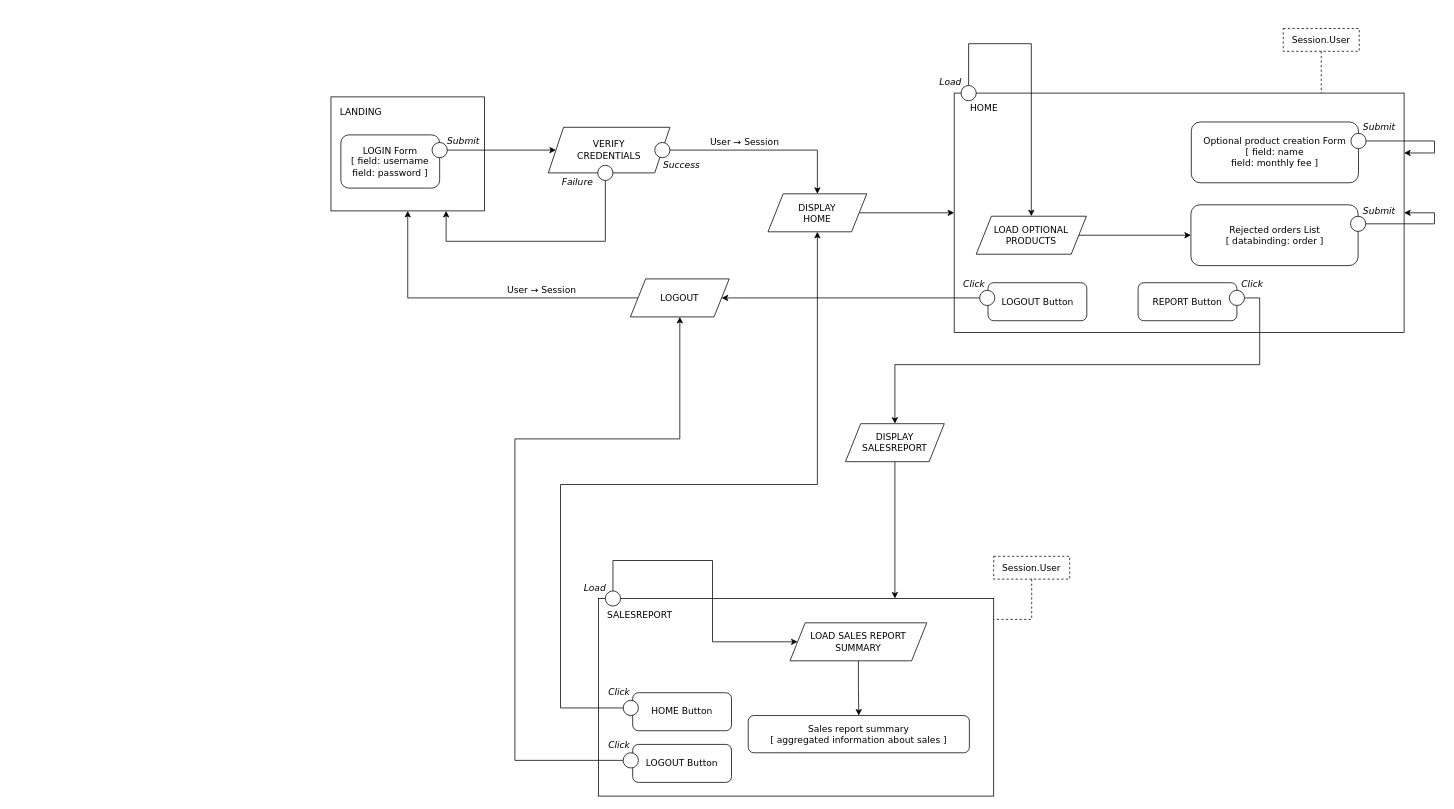
The draw.io diagram Documentation/Diagrams/IFML_diagram_employee.drawio in daviderigamonti/DB2Project-Telco, before the edit. Source tidied: cells renumbered, new cells numbered last; positions are measured from the earlier drawing's top-left corner, leaving out a move shared by most shapes. Both pictures are drawn from the tidied source at 76%, with x=0, y=0 at pixel (331, 28).
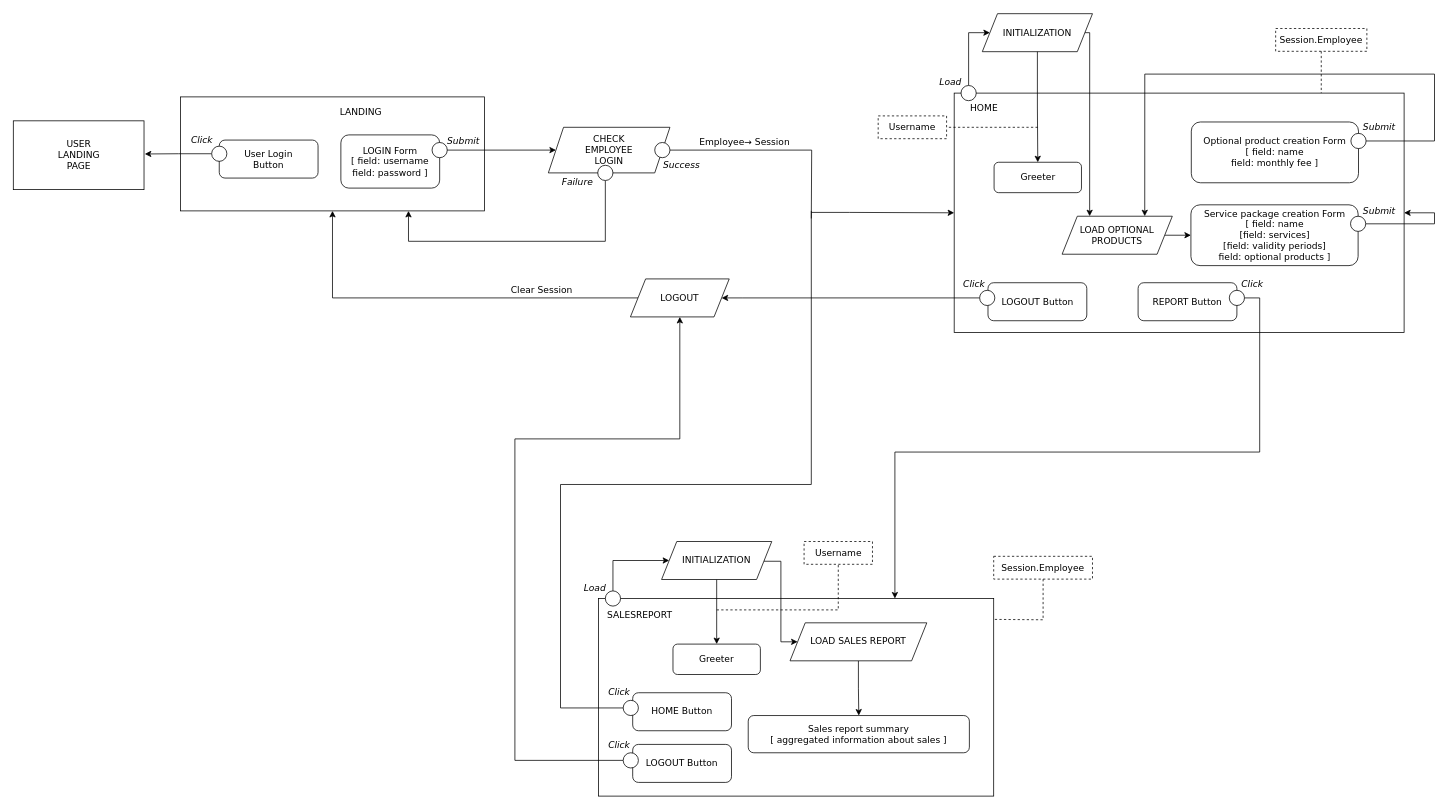
After the change.

Commit message:
Updated IFML diagram for employee

Unchanged cells that the change refers to:
```xml
<mxCell id="11" style="ellipse;whiteSpace=wrap;html=1;fontFamily=Verdana;" parent="1" vertex="1">
  <mxGeometry x="351" y="180" width="20" height="20" as="geometry" />
</mxCell>
<mxCell id="13" style="ellipse;whiteSpace=wrap;html=1;fontFamily=Verdana;" parent="1" vertex="1">
  <mxGeometry x="426" y="150" width="20" height="20" as="geometry" />
</mxCell>
<mxCell id="21" style="ellipse;whiteSpace=wrap;html=1;fontFamily=Verdana;" parent="1" vertex="1">
  <mxGeometry x="829" y="75" width="20" height="20" as="geometry" />
</mxCell>
<mxCell id="27" style="ellipse;whiteSpace=wrap;html=1;fontFamily=Verdana;" parent="1" vertex="1">
  <mxGeometry x="1182" y="344.5" width="20" height="20" as="geometry" />
</mxCell>
<mxCell id="37" style="ellipse;whiteSpace=wrap;html=1;fontFamily=Verdana;" parent="1" vertex="1">
  <mxGeometry x="1342" y="138" width="20" height="20" as="geometry" />
</mxCell>
<mxCell id="46" style="rounded=0;whiteSpace=wrap;html=1;fontFamily=Verdana;" parent="1" vertex="1">
  <mxGeometry x="352" y="750" width="520" height="260" as="geometry" />
</mxCell>
<mxCell id="51" style="ellipse;whiteSpace=wrap;html=1;fontFamily=Verdana;" parent="1" vertex="1">
  <mxGeometry x="384.5" y="884" width="20" height="20" as="geometry" />
</mxCell>
<mxCell id="54" style="ellipse;whiteSpace=wrap;html=1;fontFamily=Verdana;" parent="1" vertex="1">
  <mxGeometry x="361" y="740" width="20" height="20" as="geometry" />
</mxCell>
```

Change to the diagram source:
```diff
@@
     <mxCell id="2" style="rounded=0;whiteSpace=wrap;html=1;fontFamily=Verdana;" parent="1" vertex="1">
-      <mxGeometry y="90" width="202" height="150" as="geometry" />
+      <mxGeometry x="-198" y="90" width="400" height="150" as="geometry" />
     </mxCell>
+    <mxCell id="7" style="rounded=0;whiteSpace=wrap;html=1;fontFamily=Verdana;" parent="1" vertex="1">
+      <mxGeometry x="820" y="85" width="592" height="315" as="geometry" />
+    </mxCell>
@@
-    <mxCell id="7" style="rounded=0;whiteSpace=wrap;html=1;fontFamily=Verdana;" parent="1" vertex="1">
-      <mxGeometry x="820" y="85" width="592" height="315" as="geometry" />
-    </mxCell>
@@
-    <mxCell id="9" value="&lt;div&gt;VERIFY&lt;/div&gt;&lt;div&gt;CREDENTIALS&lt;br&gt;&lt;/div&gt;" style="shape=parallelogram;perimeter=parallelogramPerimeter;whiteSpace=wrap;html=1;fixedSize=1;fontFamily=Verdana;" parent="1" vertex="1">
+    <mxCell id="9" value="&lt;div&gt;CHECK&lt;/div&gt;&lt;div&gt;EMPLOYEE&lt;/div&gt;&lt;div&gt;LOGIN&lt;br&gt;&lt;/div&gt;" style="shape=parallelogram;perimeter=parallelogramPerimeter;whiteSpace=wrap;html=1;fixedSize=1;fontFamily=Verdana;" parent="1" vertex="1">
       <mxGeometry x="286" y="130" width="160" height="60" as="geometry" />
     </mxCell>
     <mxCell id="10" style="edgeStyle=orthogonalEdgeStyle;rounded=0;jettySize=auto;html=1;exitX=0.5;exitY=1;exitDx=0;exitDy=0;entryX=0.75;entryY=1;entryDx=0;entryDy=0;fontFamily=Verdana;" parent="1" edge="1" source="11" target="2">
       <mxGeometry relative="1" as="geometry">
         <Array as="points">
           <mxPoint x="361" y="280" />
-          <mxPoint x="152" y="280" />
-          <mxPoint x="152" y="240" />
+          <mxPoint x="102" y="280" />
         </Array>
       </mxGeometry>
     </mxCell>
@@
-    <mxCell id="12" style="edgeStyle=orthogonalEdgeStyle;rounded=0;jettySize=auto;html=1;exitX=1;exitY=0.5;exitDx=0;exitDy=0;entryX=0.5;entryY=0;entryDx=0;entryDy=0;fontFamily=Verdana;" parent="1" edge="1" source="13" target="15">
-      <mxGeometry relative="1" as="geometry" />
+    <mxCell id="12" style="edgeStyle=orthogonalEdgeStyle;rounded=0;jettySize=auto;html=1;exitX=1;exitY=0.5;exitDx=0;exitDy=0;fontFamily=Verdana;endArrow=none;endFill=0;" parent="1" edge="1" source="13">
+      <mxGeometry relative="1" as="geometry">
+        <mxPoint x="632" y="250" as="targetPoint" />
+      </mxGeometry>
     </mxCell>
@@
-    <mxCell id="14" style="edgeStyle=orthogonalEdgeStyle;rounded=0;jettySize=auto;html=1;exitX=1;exitY=0.5;exitDx=0;exitDy=0;entryX=0;entryY=0.5;entryDx=0;entryDy=0;fontFamily=Verdana;" parent="1" edge="1" source="15" target="7">
-      <mxGeometry relative="1" as="geometry" />
+    <mxCell id="14" style="edgeStyle=orthogonalEdgeStyle;rounded=0;jettySize=auto;html=1;entryX=0;entryY=0.5;entryDx=0;entryDy=0;fontFamily=Verdana;" parent="1" edge="1" target="7">
+      <mxGeometry relative="1" as="geometry">
+        <mxPoint x="632" y="242" as="sourcePoint" />
+        <Array as="points">
+          <mxPoint x="682" y="242" />
+          <mxPoint x="751" y="242" />
+        </Array>
+      </mxGeometry>
     </mxCell>
-    <mxCell id="15" value="&lt;div&gt;DISPLAY&lt;/div&gt;&lt;div&gt;HOME&lt;br&gt;&lt;/div&gt;" style="shape=parallelogram;perimeter=parallelogramPerimeter;whiteSpace=wrap;html=1;fixedSize=1;fontFamily=Verdana;" parent="1" vertex="1">
-      <mxGeometry x="575" y="217.5" width="130" height="50" as="geometry" />
-    </mxCell>
-    <mxCell id="16" value="User → Session" style="text;html=1;align=center;verticalAlign=middle;strokeColor=none;fillColor=none;fontFamily=Verdana;" parent="1" vertex="1">
-      <mxGeometry x="489" y="140" width="110" height="20" as="geometry" />
+    <mxCell id="16" value="Employee→ Session" style="text;html=1;align=center;verticalAlign=middle;strokeColor=none;fillColor=none;fontFamily=Verdana;" parent="1" vertex="1">
+      <mxGeometry x="474" y="140" width="140" height="20" as="geometry" />
     </mxCell>
@@
-    <mxCell id="20" style="edgeStyle=orthogonalEdgeStyle;rounded=0;jettySize=auto;html=1;exitX=0.5;exitY=0;exitDx=0;exitDy=0;entryX=0.5;entryY=0;entryDx=0;entryDy=0;fontFamily=Verdana;" parent="1" edge="1" source="21" target="35">
+    <mxCell id="20" style="edgeStyle=orthogonalEdgeStyle;rounded=0;jettySize=auto;html=1;exitX=0.5;exitY=0;exitDx=0;exitDy=0;fontFamily=Verdana;entryX=0;entryY=0.5;entryDx=0;entryDy=0;" parent="1" edge="1" source="21" target="76">
       <mxGeometry relative="1" as="geometry">
         <Array as="points">
-          <mxPoint x="839" y="20" />
-          <mxPoint x="922" y="20" />
+          <mxPoint x="839" y="6" />
+          <mxPoint x="867" y="6" />
         </Array>
       </mxGeometry>
     </mxCell>
@@
-    <mxCell id="24" value="&lt;div&gt;Rejected orders List&lt;br&gt;&lt;/div&gt;[ databinding: order ]" style="rounded=1;whiteSpace=wrap;html=1;fontFamily=Verdana;" parent="1" vertex="1">
+    <mxCell id="24" value="&lt;div&gt;Service package creation Form&lt;/div&gt;&lt;div&gt;[ field: name&lt;/div&gt;&lt;div&gt;[field: services] &lt;br&gt;&lt;/div&gt;&lt;div&gt;[field: validity periods]&lt;/div&gt;&lt;div&gt;field: optional products ]&lt;br&gt;&lt;/div&gt;" style="rounded=1;whiteSpace=wrap;html=1;fontFamily=Verdana;" parent="1" vertex="1">
       <mxGeometry x="1131.5" y="232" width="220" height="80" as="geometry" />
     </mxCell>
@@
-    <mxCell id="26" style="edgeStyle=orthogonalEdgeStyle;rounded=0;jettySize=auto;html=1;exitX=1;exitY=0.5;exitDx=0;exitDy=0;entryX=0.5;entryY=0;entryDx=0;entryDy=0;fontFamily=Verdana;" parent="1" edge="1" source="27" target="45">
+    <mxCell id="26" style="edgeStyle=orthogonalEdgeStyle;rounded=0;jettySize=auto;html=1;exitX=1;exitY=0.5;exitDx=0;exitDy=0;entryX=0.75;entryY=0;entryDx=0;entryDy=0;fontFamily=Verdana;" parent="1" edge="1" source="27" target="46">
       <mxGeometry relative="1" as="geometry" />
     </mxCell>
@@
-    <mxCell id="33" value="User → Session" style="text;html=1;align=center;verticalAlign=middle;strokeColor=none;fillColor=none;fontFamily=Verdana;" parent="1" vertex="1">
-      <mxGeometry x="222" y="334.5" width="110" height="20" as="geometry" />
+    <mxCell id="33" value="Clear Session" style="text;html=1;align=center;verticalAlign=middle;strokeColor=none;fillColor=none;fontFamily=Verdana;" parent="1" vertex="1">
+      <mxGeometry x="227" y="334.5" width="100" height="20" as="geometry" />
     </mxCell>
@@
     <mxCell id="35" value="LOAD OPTIONAL PRODUCTS" style="shape=parallelogram;perimeter=parallelogramPerimeter;whiteSpace=wrap;html=1;fixedSize=1;fontFamily=Verdana;" parent="1" vertex="1">
-      <mxGeometry x="849" y="247" width="145" height="50" as="geometry" />
+      <mxGeometry x="962" y="247" width="145" height="50" as="geometry" />
     </mxCell>
-    <mxCell id="36" style="edgeStyle=orthogonalEdgeStyle;rounded=0;jettySize=auto;html=1;exitX=1;exitY=0.5;exitDx=0;exitDy=0;entryX=1;entryY=0.25;entryDx=0;entryDy=0;fontFamily=Verdana;" parent="1" edge="1" source="37" target="7">
+    <mxCell id="36" style="edgeStyle=orthogonalEdgeStyle;rounded=0;jettySize=auto;html=1;exitX=1;exitY=0.5;exitDx=0;exitDy=0;entryX=0.75;entryY=0;entryDx=0;entryDy=0;fontFamily=Verdana;" parent="1" edge="1" source="37" target="35">
       <mxGeometry relative="1" as="geometry">
         <Array as="points">
           <mxPoint x="1452" y="148" />
-          <mxPoint x="1452" y="164" />
+          <mxPoint x="1452" y="60" />
+          <mxPoint x="1071" y="60" />
+          <mxPoint x="1071" y="247" />
         </Array>
       </mxGeometry>
     </mxCell>
@@
-    <mxCell id="44" style="edgeStyle=orthogonalEdgeStyle;rounded=0;jettySize=auto;html=1;exitX=0.5;exitY=1;exitDx=0;exitDy=0;fontFamily=Verdana;entryX=0.75;entryY=0;entryDx=0;entryDy=0;" parent="1" edge="1" source="45" target="46">
-      <mxGeometry relative="1" as="geometry" />
-    </mxCell>
-    <mxCell id="45" value="&lt;div&gt;DISPLAY&lt;/div&gt;&lt;div&gt;SALESREPORT&lt;br&gt;&lt;/div&gt;" style="shape=parallelogram;perimeter=parallelogramPerimeter;whiteSpace=wrap;html=1;fixedSize=1;fontFamily=Verdana;" parent="1" vertex="1">
-      <mxGeometry x="677" y="520" width="130" height="50" as="geometry" />
-    </mxCell>
@@
-    <mxCell id="50" style="edgeStyle=orthogonalEdgeStyle;rounded=0;jettySize=auto;html=1;exitX=0;exitY=0.5;exitDx=0;exitDy=0;entryX=0.5;entryY=1;entryDx=0;entryDy=0;fontFamily=Verdana;" parent="1" edge="1" source="51" target="15">
+    <mxCell id="50" style="edgeStyle=orthogonalEdgeStyle;rounded=0;jettySize=auto;html=1;exitX=0;exitY=0.5;exitDx=0;exitDy=0;fontFamily=Verdana;endArrow=none;endFill=0;" parent="1" edge="1" source="51">
       <mxGeometry relative="1" as="geometry">
+        <mxPoint x="632" y="240" as="targetPoint" />
         <Array as="points">
           <mxPoint x="302" y="894" />
           <mxPoint x="302" y="600" />
-          <mxPoint x="640" y="600" />
+          <mxPoint x="632" y="600" />
+          <mxPoint x="632" y="240" />
         </Array>
       </mxGeometry>
     </mxCell>
@@
-    <mxCell id="53" style="edgeStyle=orthogonalEdgeStyle;rounded=0;jettySize=auto;html=1;exitX=0.5;exitY=0;exitDx=0;exitDy=0;entryX=0;entryY=0.5;entryDx=0;entryDy=0;fontFamily=Verdana;endArrow=classic;endFill=1;" parent="1" edge="1" source="54" target="61">
-      <mxGeometry relative="1" as="geometry">
-        <Array as="points">
-          <mxPoint x="371" y="700" />
-          <mxPoint x="502" y="700" />
-          <mxPoint x="502" y="807" />
-        </Array>
-      </mxGeometry>
-    </mxCell>
+    <mxCell id="66" style="edgeStyle=orthogonalEdgeStyle;rounded=0;jettySize=auto;html=1;exitX=0.5;exitY=0;exitDx=0;exitDy=0;endArrow=classic;endFill=1;entryX=0;entryY=0.5;entryDx=0;entryDy=0;" parent="1" edge="1" source="54" target="81">
+      <mxGeometry relative="1" as="geometry">
+        <Array as="points">
+          <mxPoint x="371" y="700" />
+        </Array>
+      </mxGeometry>
+    </mxCell>
@@
-    <mxCell id="61" value="LOAD SALES REPORT SUMMARY" style="shape=parallelogram;perimeter=parallelogramPerimeter;whiteSpace=wrap;html=1;fixedSize=1;fontFamily=Verdana;" parent="1" vertex="1">
+    <mxCell id="61" value="&lt;div&gt;LOAD SALES REPORT&lt;/div&gt;" style="shape=parallelogram;perimeter=parallelogramPerimeter;whiteSpace=wrap;html=1;fixedSize=1;fontFamily=Verdana;" parent="1" vertex="1">
       <mxGeometry x="604" y="782" width="180" height="50" as="geometry" />
     </mxCell>
-    <mxCell id="62" value="Session.User" style="whiteSpace=wrap;html=1;fontFamily=Verdana;dashed=1;" parent="1" vertex="1">
-      <mxGeometry x="1253" width="100" height="30" as="geometry" />
+    <mxCell id="62" value="Session.Employee" style="whiteSpace=wrap;html=1;fontFamily=Verdana;dashed=1;" parent="1" vertex="1">
+      <mxGeometry x="1243" width="120" height="30" as="geometry" />
     </mxCell>
-    <mxCell id="63" style="endArrow=none;html=1;rounded=0;fontFamily=Verdana;dashed=1;exitX=0.5;exitY=1;exitDx=0;exitDy=0;" parent="1" edge="1" source="62">
+    <mxCell id="63" style="endArrow=none;html=1;rounded=0;fontFamily=Verdana;exitX=0.5;exitY=1;exitDx=0;exitDy=0;dashed=1;" parent="1" edge="1" source="62">
       <mxGeometry relative="1" as="geometry">
         <mxPoint x="1303" y="85" as="targetPoint" />
       </mxGeometry>
     </mxCell>
-    <mxCell id="64" value="Session.User" style="whiteSpace=wrap;html=1;fontFamily=Verdana;dashed=1;" parent="1" vertex="1">
-      <mxGeometry x="872" y="694.5" width="100" height="30" as="geometry" />
+    <mxCell id="64" value="Session.Employee" style="whiteSpace=wrap;html=1;fontFamily=Verdana;dashed=1;" parent="1" vertex="1">
+      <mxGeometry x="872" y="694.5" width="130" height="30" as="geometry" />
     </mxCell>
     <mxCell id="65" style="endArrow=none;html=1;rounded=0;fontFamily=Verdana;dashed=1;exitX=0.5;exitY=1;exitDx=0;exitDy=0;" parent="1" edge="1" source="64">
       <mxGeometry relative="1" as="geometry">
         <mxPoint x="872" y="777.5" as="targetPoint" />
         <Array as="points">
-          <mxPoint x="922" y="777.5" />
+          <mxPoint x="937" y="778" />
         </Array>
       </mxGeometry>
     </mxCell>
+    <mxCell id="67" value="&lt;div&gt;User Login&lt;/div&gt;&lt;div&gt;Button&lt;br&gt;&lt;/div&gt;" style="rounded=1;whiteSpace=wrap;html=1;fontFamily=Verdana;" parent="1" vertex="1">
+      <mxGeometry x="-147" y="146.8" width="130" height="50" as="geometry" />
+    </mxCell>
+    <mxCell id="68" style="edgeStyle=orthogonalEdgeStyle;rounded=0;jettySize=auto;html=1;exitX=0;exitY=0.5;exitDx=0;exitDy=0;endArrow=classic;endFill=1;" parent="1" edge="1" source="69">
+      <mxGeometry relative="1" as="geometry">
+        <mxPoint x="-245" y="165.1" as="targetPoint" />
+      </mxGeometry>
+    </mxCell>
+    <mxCell id="69" style="ellipse;whiteSpace=wrap;html=1;fontFamily=Verdana;" parent="1" vertex="1">
+      <mxGeometry x="-157" y="154.8" width="20" height="20" as="geometry" />
+    </mxCell>
+    <mxCell id="70" value="Click" style="text;html=1;align=center;verticalAlign=middle;strokeColor=none;fillColor=none;fontFamily=Verdana;fontStyle=2;" parent="1" vertex="1">
+      <mxGeometry x="-195" y="136.8" width="50" height="20" as="geometry" />
+    </mxCell>
+    <mxCell id="71" style="rounded=0;whiteSpace=wrap;html=1;" parent="1" vertex="1">
+      <mxGeometry x="-418" y="121.5" width="172" height="90.5" as="geometry" />
+    </mxCell>
+    <mxCell id="72" value="&lt;div&gt;USER&lt;br&gt;&lt;/div&gt;&lt;div&gt;LANDING&lt;/div&gt;&lt;div&gt;PAGE&lt;br&gt;&lt;/div&gt;" style="text;html=1;align=center;verticalAlign=middle;strokeColor=none;fillColor=none;fontFamily=Verdana;" parent="1" vertex="1">
+      <mxGeometry x="-367" y="142" width="70" height="50" as="geometry" />
+    </mxCell>
+    <mxCell id="73" value="&lt;div&gt;&lt;font face=&quot;Verdana&quot;&gt;Username&lt;/font&gt;&lt;/div&gt;" style="whiteSpace=wrap;html=1;fontFamily=Verdana;dashed=1;" parent="1" vertex="1">
+      <mxGeometry x="720" y="115" width="90" height="30" as="geometry" />
+    </mxCell>
+    <mxCell id="74" style="endArrow=none;html=1;rounded=0;fontFamily=Verdana;dashed=1;entryX=1;entryY=0.5;entryDx=0;entryDy=0;" parent="1" edge="1" target="73">
+      <mxGeometry relative="1" as="geometry">
+        <mxPoint x="930" y="130" as="sourcePoint" />
+        <Array as="points">
+          <mxPoint x="910" y="130" />
+        </Array>
+      </mxGeometry>
+    </mxCell>
+    <mxCell id="75" style="edgeStyle=orthogonalEdgeStyle;rounded=0;jettySize=auto;html=1;exitX=1;exitY=0.5;exitDx=0;exitDy=0;entryX=0.25;entryY=0;entryDx=0;entryDy=0;endArrow=classic;endFill=1;" parent="1" edge="1" source="76" target="35">
+      <mxGeometry relative="1" as="geometry">
+        <Array as="points">
+          <mxPoint x="998" y="6" />
+          <mxPoint x="998" y="247" />
+        </Array>
+      </mxGeometry>
+    </mxCell>
+    <mxCell id="76" value="INITIALIZATION" style="shape=parallelogram;perimeter=parallelogramPerimeter;whiteSpace=wrap;html=1;fixedSize=1;fontFamily=Verdana;" parent="1" vertex="1">
+      <mxGeometry x="857" y="-19.5" width="145" height="50" as="geometry" />
+    </mxCell>
+    <mxCell id="77" style="edgeStyle=orthogonalEdgeStyle;rounded=0;jettySize=auto;html=1;fontFamily=Verdana;endArrow=classic;endFill=1;exitX=0.5;exitY=1;exitDx=0;exitDy=0;entryX=0.5;entryY=0;entryDx=0;entryDy=0;" parent="1" edge="1" source="76" target="78">
+      <mxGeometry relative="1" as="geometry" />
+    </mxCell>
+    <mxCell id="78" value="Greeter" style="rounded=1;whiteSpace=wrap;html=1;fontFamily=Verdana;" parent="1" vertex="1">
+      <mxGeometry x="872.5" y="176" width="115" height="40" as="geometry" />
+    </mxCell>
+    <mxCell id="79" style="edgeStyle=orthogonalEdgeStyle;rounded=0;jettySize=auto;html=1;exitX=1;exitY=0.5;exitDx=0;exitDy=0;entryX=0;entryY=0.5;entryDx=0;entryDy=0;endArrow=classic;endFill=1;" parent="1" edge="1" source="81" target="61">
+      <mxGeometry relative="1" as="geometry">
+        <Array as="points">
+          <mxPoint x="592" y="701" />
+          <mxPoint x="592" y="807" />
+        </Array>
+      </mxGeometry>
+    </mxCell>
+    <mxCell id="80" style="edgeStyle=orthogonalEdgeStyle;rounded=0;jettySize=auto;html=1;exitX=0.5;exitY=1;exitDx=0;exitDy=0;entryX=0.5;entryY=0;entryDx=0;entryDy=0;endArrow=classic;endFill=1;" parent="1" edge="1" source="81" target="82">
+      <mxGeometry relative="1" as="geometry" />
+    </mxCell>
+    <mxCell id="81" value="INITIALIZATION" style="shape=parallelogram;perimeter=parallelogramPerimeter;whiteSpace=wrap;html=1;fixedSize=1;fontFamily=Verdana;" parent="1" vertex="1">
+      <mxGeometry x="435" y="675" width="145" height="50" as="geometry" />
+    </mxCell>
+    <mxCell id="82" value="Greeter" style="rounded=1;whiteSpace=wrap;html=1;fontFamily=Verdana;" parent="1" vertex="1">
+      <mxGeometry x="450" y="810" width="115" height="40" as="geometry" />
+    </mxCell>
+    <mxCell id="83" value="&lt;div&gt;&lt;font face=&quot;Verdana&quot;&gt;Username&lt;/font&gt;&lt;/div&gt;" style="whiteSpace=wrap;html=1;fontFamily=Verdana;dashed=1;" parent="1" vertex="1">
+      <mxGeometry x="622.5" y="675" width="90" height="30" as="geometry" />
+    </mxCell>
+    <mxCell id="84" style="endArrow=none;html=1;rounded=0;fontFamily=Verdana;dashed=1;entryX=0.5;entryY=1;entryDx=0;entryDy=0;" parent="1" edge="1" target="83">
+      <mxGeometry relative="1" as="geometry">
+        <mxPoint x="507.5" y="765" as="sourcePoint" />
+        <Array as="points">
+          <mxPoint x="667.5" y="765" />
+        </Array>
+      </mxGeometry>
+    </mxCell>
```
